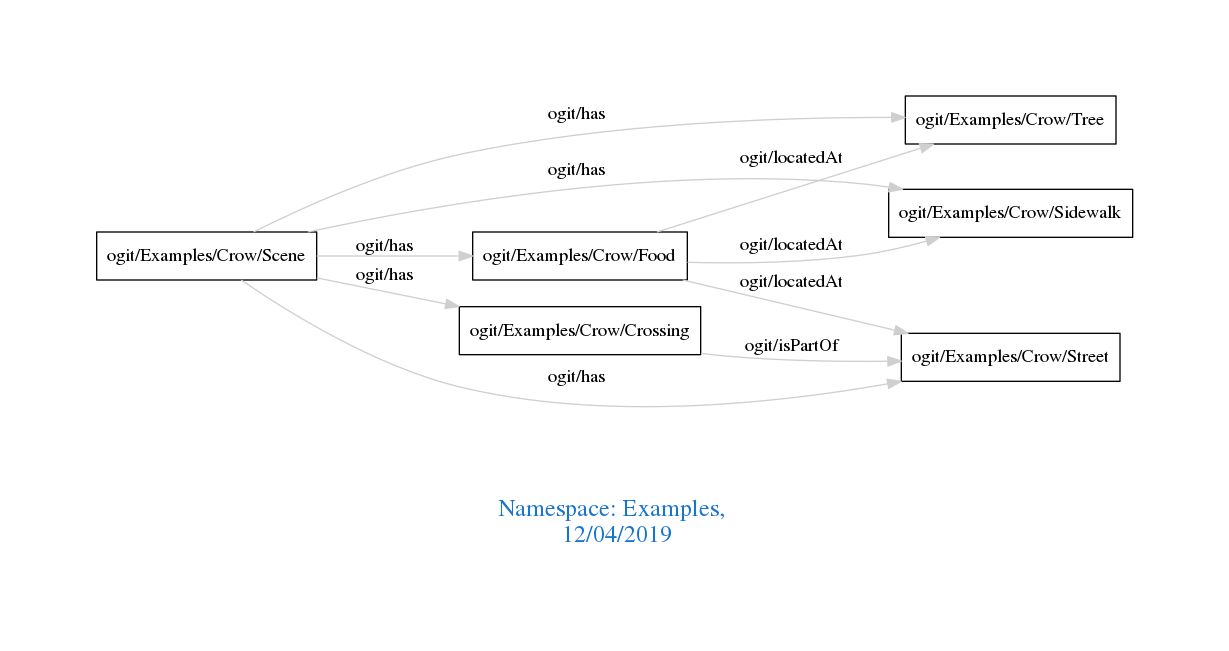
The Graphviz diagram downloads/Examples.png in arago/OGIT, before a commit. Its source is kept beside it as downloads/Examples.dot.
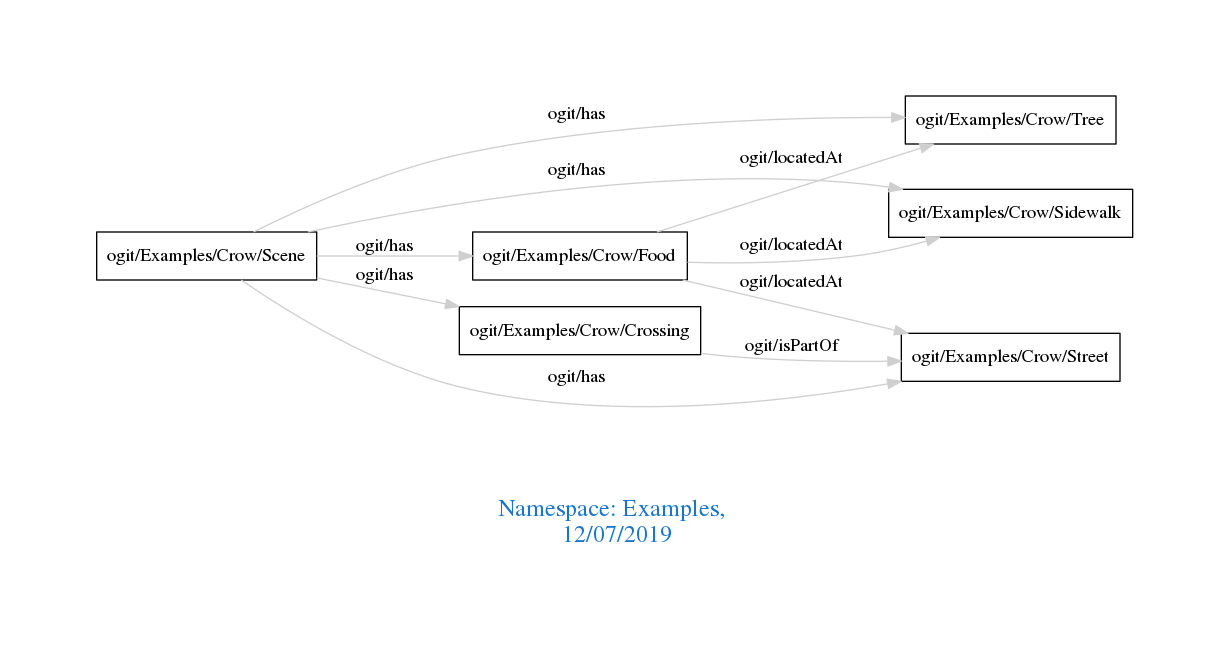
After the commit.

The edit, as a diff of the source:
```diff
@@ -1,7 +1,7 @@
 digraph OGIT_ontology {
  graph [ rankdir= LR,pad=1
 fontsize = 18,
-fontcolor= dodgerblue3,label = "\n\n\nNamespace: Examples, \n 12/04/2019"];
+fontcolor= dodgerblue3,label = "\n\n\nNamespace: Examples, \n 12/07/2019"];
 node[shape=polygon];
 edge [  color="gray81"];
 
```
